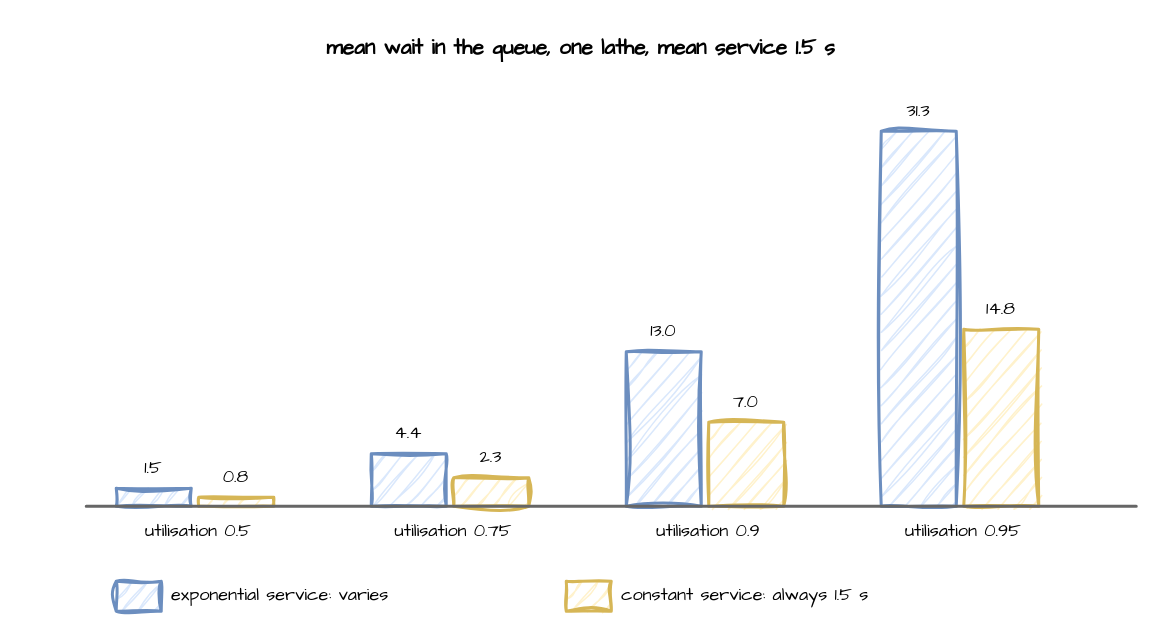
This is docs/assets/diagrams/wait-vs-utilization.drawio from jaehyeon-kim/desflow, a draw.io file, before an edit. Source tidied: cells renumbered, new cells numbered last; positions are measured from the earlier drawing's top-left corner, leaving out a move shared by most shapes. Both pictures are drawn from the tidied source at 150%, with x=0, y=0 at pixel (26, 26).
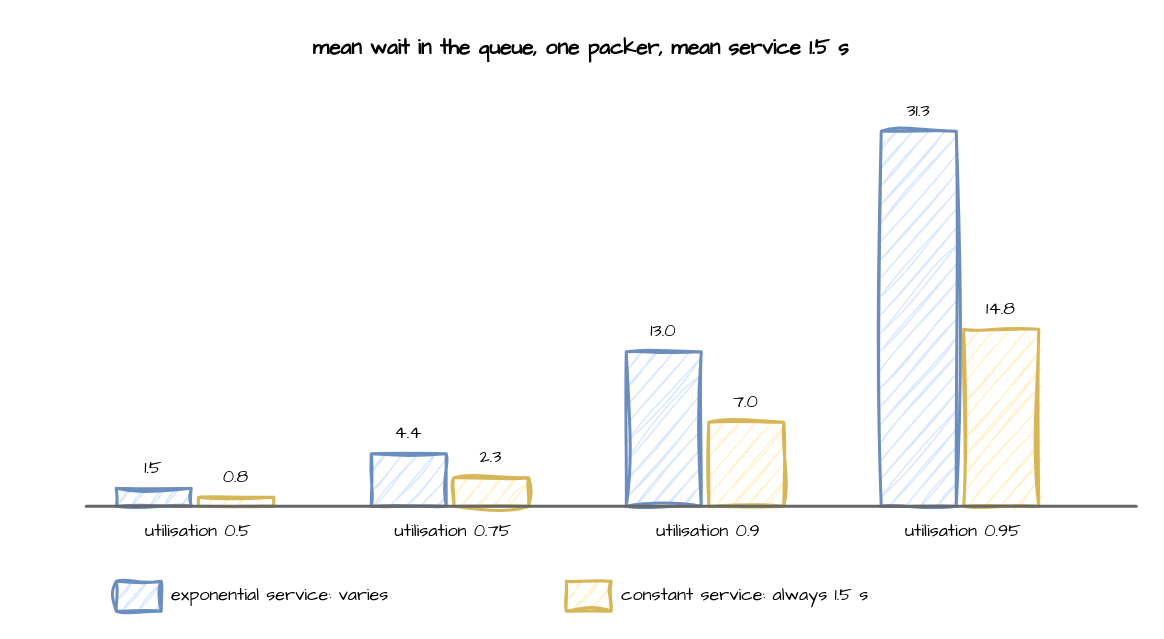
Above is the later version.

What changed in the source:
```diff
@@
-    <mxCell id="2" value="mean wait in the queue, one lathe, mean service 1.5 s" style="text;html=1;align=center;verticalAlign=middle;whiteSpace=wrap;html=1;sketch=1;curveFitting=1;jiggle=2;fontFamily=Comic Sans MS;fontSize=14;fontStyle=1;" parent="1" vertex="1">
+    <mxCell id="2" value="mean wait in the queue, one packer, mean service 1.5 s" style="text;html=1;align=center;verticalAlign=middle;whiteSpace=wrap;html=1;sketch=1;curveFitting=1;jiggle=2;fontFamily=Comic Sans MS;fontSize=14;fontStyle=1;" parent="1" vertex="1">
       <mxGeometry width="740" height="30" as="geometry" />
     </mxCell>
```
